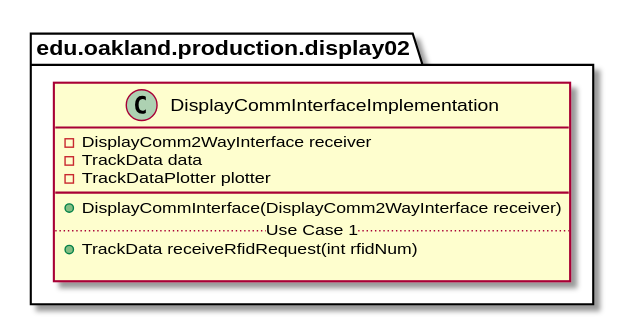
Before: docs/uml-class-diagrams/display02/production/DisplayCommInterfaceImplementation/DisplayCommInterfaceImplementation.svg, a diagram exported from PlantUML (andrewdimmer/csi-3370-software-project).
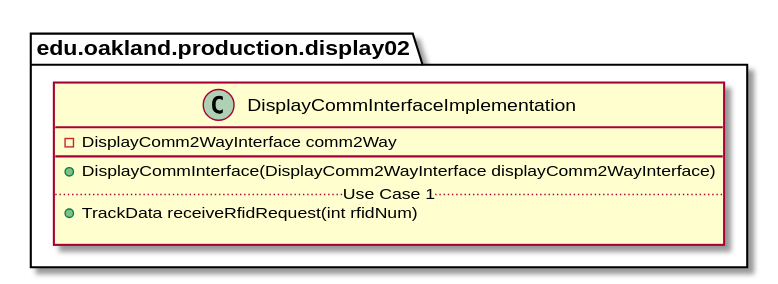
Later version of the same file.

What changed in the source:
```diff
@@ -2,11 +2,9 @@
 
 package edu.oakland.production.display02 {
     class DisplayCommInterfaceImplementation {
-        - DisplayComm2WayInterface receiver
-        - TrackData data
-        - TrackDataPlotter plotter
+        - DisplayComm2WayInterface comm2Way
         __
-        + DisplayCommInterface(DisplayComm2WayInterface receiver)
+        + DisplayCommInterface(DisplayComm2WayInterface displayComm2WayInterface)
         .. Use Case 1 ..
         + TrackData receiveRfidRequest(int rfidNum)
 
```
